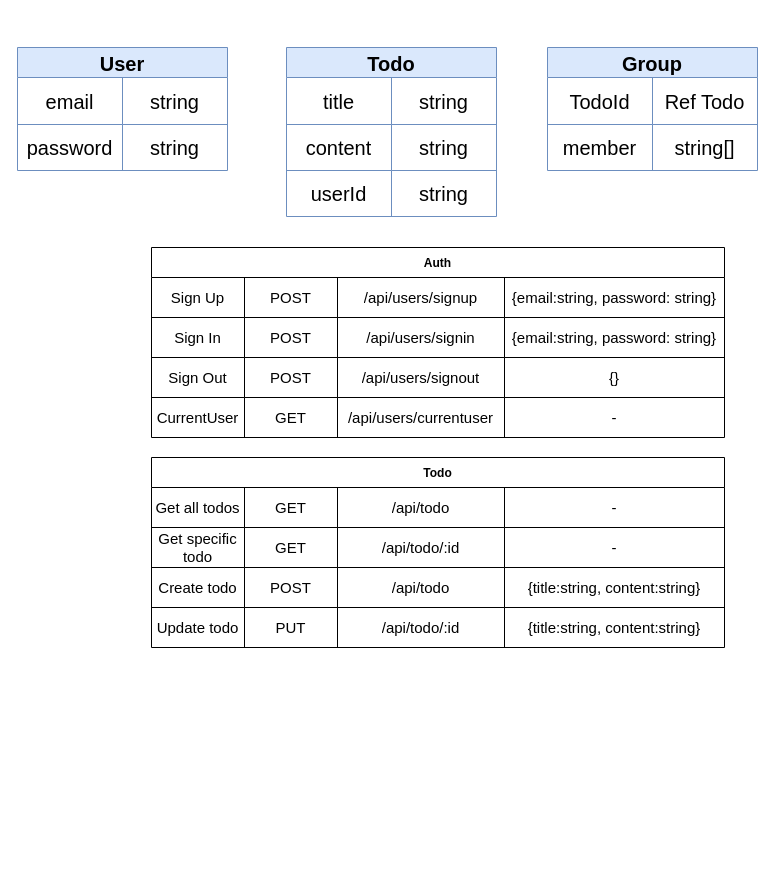
The draw.io diagram page "第2頁" (2 of 2) of Untitled Diagram.drawio in fan0223/TaskTracker, before the edit. Source tidied: cells renumbered, new cells numbered last; positions are measured from the earlier drawing's top-left corner, leaving out a move shared by most shapes. Both pictures are drawn from the tidied source at 100%, with x=0, y=0 at pixel (17, 47).
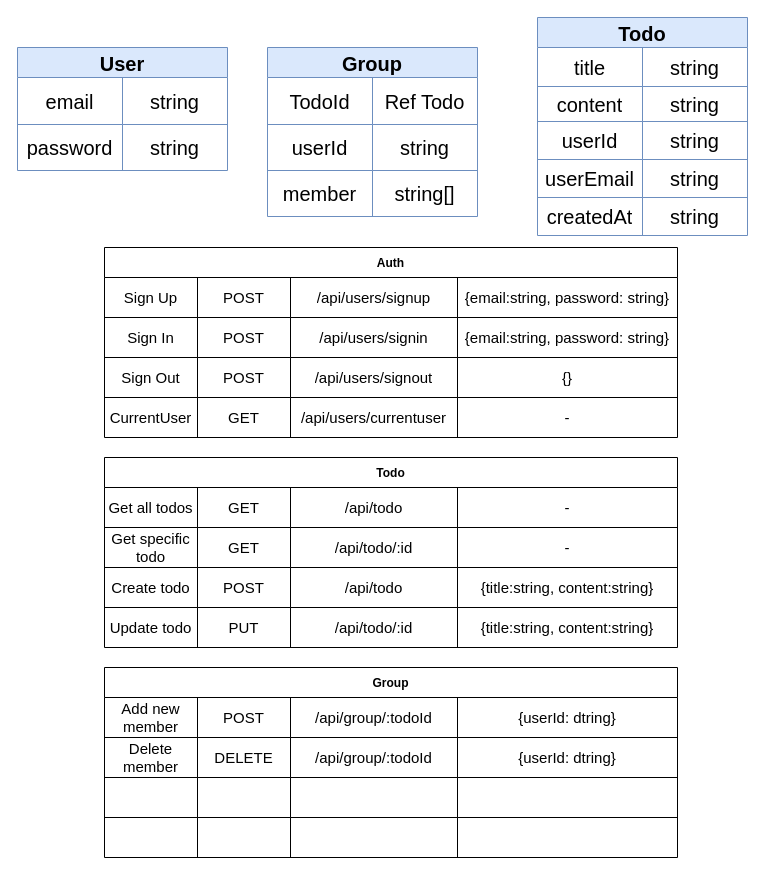
The same diagram, later.

Diff of the diagram source:
```diff
@@
     <mxCell id="9" value="Todo" style="shape=table;startSize=30;childLayout=tableLayout;fontStyle=1;align=center;rounded=0;shadow=0;sketch=0;fontSize=20;swimlaneFillColor=default;fillColor=#dae8fc;strokeColor=#6c8ebf;labelBackgroundColor=none;labelBorderColor=none;gradientColor=none;" parent="1" vertex="1">
-      <mxGeometry x="269" width="210" height="169" as="geometry" />
+      <mxGeometry x="520" y="-30" width="210" height="218" as="geometry" />
     </mxCell>
     <mxCell id="10" style="shape=partialRectangle;whiteSpace=wrap;fillColor=none;top=0;left=0;bottom=0;right=0;rounded=0;shadow=0;sketch=0;fontSize=12;labelBackgroundColor=none;labelBorderColor=none;" parent="9" vertex="1">
-      <mxGeometry y="30" width="210" height="47" as="geometry" />
+      <mxGeometry y="30" width="210" height="39" as="geometry" />
     </mxCell>
     <mxCell id="11" value="title" style="shape=partialRectangle;whiteSpace=wrap;fillColor=none;top=0;left=0;bottom=0;right=0;overflow=hidden;rounded=0;shadow=0;sketch=0;fontSize=20;labelBackgroundColor=none;labelBorderColor=none;" parent="10" vertex="1">
-      <mxGeometry width="105" height="47" as="geometry" />
+      <mxGeometry width="105" height="39" as="geometry" />
     </mxCell>
     <mxCell id="12" value="string" style="shape=partialRectangle;whiteSpace=wrap;fillColor=none;top=0;left=0;bottom=0;right=0;overflow=hidden;rounded=0;shadow=0;sketch=0;fontSize=20;labelBackgroundColor=none;labelBorderColor=none;" parent="10" vertex="1">
-      <mxGeometry x="105" width="105" height="47" as="geometry" />
+      <mxGeometry x="105" width="105" height="39" as="geometry" />
     </mxCell>
     <mxCell id="13" style="shape=partialRectangle;whiteSpace=wrap;fillColor=none;top=0;left=0;bottom=0;right=0;rounded=0;shadow=0;sketch=0;fontSize=12;labelBackgroundColor=none;labelBorderColor=none;" parent="9" vertex="1">
-      <mxGeometry y="77" width="210" height="46" as="geometry" />
+      <mxGeometry y="69" width="210" height="35" as="geometry" />
     </mxCell>
     <mxCell id="14" value="content" style="shape=partialRectangle;whiteSpace=wrap;fillColor=none;top=0;left=0;bottom=0;right=0;overflow=hidden;rounded=0;shadow=0;sketch=0;fontSize=20;labelBackgroundColor=none;labelBorderColor=none;" parent="13" vertex="1">
-      <mxGeometry width="105" height="46" as="geometry" />
+      <mxGeometry width="105" height="35" as="geometry" />
     </mxCell>
     <mxCell id="15" value="string" style="shape=partialRectangle;whiteSpace=wrap;fillColor=none;top=0;left=0;bottom=0;right=0;overflow=hidden;rounded=0;shadow=0;sketch=0;fontSize=20;labelBackgroundColor=none;labelBorderColor=none;" parent="13" vertex="1">
-      <mxGeometry x="105" width="105" height="46" as="geometry" />
+      <mxGeometry x="105" width="105" height="35" as="geometry" />
     </mxCell>
     <mxCell id="16" style="shape=partialRectangle;whiteSpace=wrap;fillColor=none;top=0;left=0;bottom=0;right=0;rounded=0;shadow=0;sketch=0;fontSize=12;labelBackgroundColor=none;labelBorderColor=none;" parent="9" vertex="1">
-      <mxGeometry y="123" width="210" height="46" as="geometry" />
+      <mxGeometry y="104" width="210" height="38" as="geometry" />
     </mxCell>
     <mxCell id="17" value="userId" style="shape=partialRectangle;whiteSpace=wrap;fillColor=none;top=0;left=0;bottom=0;right=0;overflow=hidden;rounded=0;shadow=0;sketch=0;fontSize=20;labelBackgroundColor=none;labelBorderColor=none;" parent="16" vertex="1">
-      <mxGeometry width="105" height="46" as="geometry" />
+      <mxGeometry width="105" height="38" as="geometry" />
     </mxCell>
     <mxCell id="18" value="string" style="shape=partialRectangle;whiteSpace=wrap;fillColor=none;top=0;left=0;bottom=0;right=0;overflow=hidden;rounded=0;shadow=0;sketch=0;fontSize=20;labelBackgroundColor=none;labelBorderColor=none;" parent="16" vertex="1">
-      <mxGeometry x="105" width="105" height="46" as="geometry" />
+      <mxGeometry x="105" width="105" height="38" as="geometry" />
     </mxCell>
+    <mxCell id="68" style="shape=partialRectangle;whiteSpace=wrap;fillColor=none;top=0;left=0;bottom=0;right=0;rounded=0;shadow=0;sketch=0;fontSize=12;labelBackgroundColor=none;labelBorderColor=none;" parent="9" vertex="1">
+      <mxGeometry y="142" width="210" height="38" as="geometry" />
+    </mxCell>
+    <mxCell id="69" value="userEmail" style="shape=partialRectangle;whiteSpace=wrap;fillColor=none;top=0;left=0;bottom=0;right=0;overflow=hidden;rounded=0;shadow=0;sketch=0;fontSize=20;labelBackgroundColor=none;labelBorderColor=none;" parent="68" vertex="1">
+      <mxGeometry width="105" height="38" as="geometry" />
+    </mxCell>
+    <mxCell id="70" value="string" style="shape=partialRectangle;whiteSpace=wrap;fillColor=none;top=0;left=0;bottom=0;right=0;overflow=hidden;rounded=0;shadow=0;sketch=0;fontSize=20;labelBackgroundColor=none;labelBorderColor=none;" parent="68" vertex="1">
+      <mxGeometry x="105" width="105" height="38" as="geometry" />
+    </mxCell>
+    <mxCell id="71" style="shape=partialRectangle;whiteSpace=wrap;fillColor=none;top=0;left=0;bottom=0;right=0;rounded=0;shadow=0;sketch=0;fontSize=12;labelBackgroundColor=none;labelBorderColor=none;" parent="9" vertex="1">
+      <mxGeometry y="180" width="210" height="38" as="geometry" />
+    </mxCell>
+    <mxCell id="72" value="createdAt" style="shape=partialRectangle;whiteSpace=wrap;fillColor=none;top=0;left=0;bottom=0;right=0;overflow=hidden;rounded=0;shadow=0;sketch=0;fontSize=20;labelBackgroundColor=none;labelBorderColor=none;" parent="71" vertex="1">
+      <mxGeometry width="105" height="38" as="geometry" />
+    </mxCell>
+    <mxCell id="73" value="string" style="shape=partialRectangle;whiteSpace=wrap;fillColor=none;top=0;left=0;bottom=0;right=0;overflow=hidden;rounded=0;shadow=0;sketch=0;fontSize=20;labelBackgroundColor=none;labelBorderColor=none;" parent="71" vertex="1">
+      <mxGeometry x="105" width="105" height="38" as="geometry" />
+    </mxCell>
     <mxCell id="19" value="Group" style="shape=table;startSize=30;childLayout=tableLayout;fontStyle=1;align=center;rounded=0;shadow=0;sketch=0;fontSize=20;swimlaneFillColor=default;fillColor=#dae8fc;strokeColor=#6c8ebf;labelBackgroundColor=none;labelBorderColor=none;gradientColor=none;" parent="1" vertex="1">
-      <mxGeometry x="530" width="210" height="123" as="geometry" />
+      <mxGeometry x="250" width="210" height="169" as="geometry" />
     </mxCell>
@@
+    <mxCell id="74" style="shape=partialRectangle;whiteSpace=wrap;fillColor=none;top=0;left=0;bottom=0;right=0;rounded=0;shadow=0;sketch=0;fontSize=12;labelBackgroundColor=none;labelBorderColor=none;" parent="19" vertex="1">
+      <mxGeometry y="77" width="210" height="46" as="geometry" />
+    </mxCell>
+    <mxCell id="75" value="userId" style="shape=partialRectangle;whiteSpace=wrap;fillColor=none;top=0;left=0;bottom=0;right=0;overflow=hidden;rounded=0;shadow=0;sketch=0;fontSize=20;labelBackgroundColor=none;labelBorderColor=none;" parent="74" vertex="1">
+      <mxGeometry width="105" height="46" as="geometry" />
+    </mxCell>
+    <mxCell id="76" value="string" style="shape=partialRectangle;whiteSpace=wrap;fillColor=none;top=0;left=0;bottom=0;right=0;overflow=hidden;rounded=0;shadow=0;sketch=0;fontSize=20;labelBackgroundColor=none;labelBorderColor=none;" parent="74" vertex="1">
+      <mxGeometry x="105" width="105" height="46" as="geometry" />
+    </mxCell>
     <mxCell id="23" style="shape=partialRectangle;whiteSpace=wrap;fillColor=none;top=0;left=0;bottom=0;right=0;rounded=0;shadow=0;sketch=0;fontSize=12;labelBackgroundColor=none;labelBorderColor=none;" parent="19" vertex="1">
-      <mxGeometry y="77" width="210" height="46" as="geometry" />
+      <mxGeometry y="123" width="210" height="46" as="geometry" />
     </mxCell>
@@
     <mxCell id="26" value="Auth" style="shape=table;startSize=30;childLayout=tableLayout;fontStyle=1;align=center;" parent="1" vertex="1">
-      <mxGeometry x="134" y="200" width="573" height="190" as="geometry" />
+      <mxGeometry x="87" y="200" width="573" height="190" as="geometry" />
     </mxCell>
@@
     <mxCell id="47" value="Todo" style="shape=table;startSize=30;childLayout=tableLayout;fontStyle=1;align=center;" parent="1" vertex="1">
-      <mxGeometry x="134" y="410" width="573" height="190" as="geometry" />
+      <mxGeometry x="87" y="410" width="573" height="190" as="geometry" />
     </mxCell>
@@
+    <mxCell id="77" value="Group" style="shape=table;startSize=30;childLayout=tableLayout;fontStyle=1;align=center;" parent="1" vertex="1">
+      <mxGeometry x="87" y="620" width="573" height="190" as="geometry" />
+    </mxCell>
+    <mxCell id="78" style="shape=partialRectangle;html=1;whiteSpace=wrap;fillColor=none;top=0;left=0;bottom=0;right=0;" parent="77" vertex="1">
+      <mxGeometry y="30" width="573" height="40" as="geometry" />
+    </mxCell>
+    <mxCell id="79" value="Add new member" style="shape=partialRectangle;html=1;whiteSpace=wrap;fillColor=none;top=0;left=0;bottom=0;right=0;overflow=hidden;fontSize=15;" parent="78" vertex="1">
+      <mxGeometry width="93" height="40" as="geometry" />
+    </mxCell>
+    <mxCell id="80" value="POST" style="shape=partialRectangle;html=1;whiteSpace=wrap;fillColor=none;top=0;left=0;bottom=0;right=0;overflow=hidden;fontSize=15;" parent="78" vertex="1">
+      <mxGeometry x="93" width="93" height="40" as="geometry" />
+    </mxCell>
+    <mxCell id="81" value="/api/group/:todoId" style="shape=partialRectangle;html=1;whiteSpace=wrap;fillColor=none;top=0;left=0;bottom=0;right=0;overflow=hidden;fontSize=15;" parent="78" vertex="1">
+      <mxGeometry x="186" width="167" height="40" as="geometry" />
+    </mxCell>
+    <mxCell id="82" value="{userId: dtring}" style="shape=partialRectangle;html=1;whiteSpace=wrap;fillColor=none;top=0;left=0;bottom=0;right=0;overflow=hidden;fontSize=15;" parent="78" vertex="1">
+      <mxGeometry x="353" width="220" height="40" as="geometry" />
+    </mxCell>
+    <mxCell id="83" style="shape=partialRectangle;html=1;whiteSpace=wrap;fillColor=none;top=0;left=0;bottom=0;right=0;" parent="77" vertex="1">
+      <mxGeometry y="70" width="573" height="40" as="geometry" />
+    </mxCell>
+    <mxCell id="84" value="Delete member" style="shape=partialRectangle;html=1;whiteSpace=wrap;fillColor=none;top=0;left=0;bottom=0;right=0;overflow=hidden;fontSize=15;" parent="83" vertex="1">
+      <mxGeometry width="93" height="40" as="geometry" />
+    </mxCell>
+    <mxCell id="85" value="DELETE" style="shape=partialRectangle;html=1;whiteSpace=wrap;fillColor=none;top=0;left=0;bottom=0;right=0;overflow=hidden;fontSize=15;" parent="83" vertex="1">
+      <mxGeometry x="93" width="93" height="40" as="geometry" />
+    </mxCell>
+    <mxCell id="86" value="/api/group/:todoId" style="shape=partialRectangle;html=1;whiteSpace=wrap;fillColor=none;top=0;left=0;bottom=0;right=0;overflow=hidden;fontSize=15;" parent="83" vertex="1">
+      <mxGeometry x="186" width="167" height="40" as="geometry" />
+    </mxCell>
+    <mxCell id="87" value="{userId: dtring}" style="shape=partialRectangle;html=1;whiteSpace=wrap;fillColor=none;top=0;left=0;bottom=0;right=0;overflow=hidden;fontSize=15;" parent="83" vertex="1">
+      <mxGeometry x="353" width="220" height="40" as="geometry" />
+    </mxCell>
+    <mxCell id="88" style="shape=partialRectangle;html=1;whiteSpace=wrap;fillColor=none;top=0;left=0;bottom=0;right=0;" parent="77" vertex="1">
+      <mxGeometry y="110" width="573" height="40" as="geometry" />
+    </mxCell>
+    <mxCell id="89" style="shape=partialRectangle;html=1;whiteSpace=wrap;fillColor=none;top=0;left=0;bottom=0;right=0;overflow=hidden;fontSize=15;" parent="88" vertex="1">
+      <mxGeometry width="93" height="40" as="geometry" />
+    </mxCell>
+    <mxCell id="90" style="shape=partialRectangle;html=1;whiteSpace=wrap;fillColor=none;top=0;left=0;bottom=0;right=0;overflow=hidden;fontSize=15;" parent="88" vertex="1">
+      <mxGeometry x="93" width="93" height="40" as="geometry" />
+    </mxCell>
+    <mxCell id="91" style="shape=partialRectangle;html=1;whiteSpace=wrap;fillColor=none;top=0;left=0;bottom=0;right=0;overflow=hidden;fontSize=15;" parent="88" vertex="1">
+      <mxGeometry x="186" width="167" height="40" as="geometry" />
+    </mxCell>
+    <mxCell id="92" style="shape=partialRectangle;html=1;whiteSpace=wrap;fillColor=none;top=0;left=0;bottom=0;right=0;overflow=hidden;fontSize=15;" parent="88" vertex="1">
+      <mxGeometry x="353" width="220" height="40" as="geometry" />
+    </mxCell>
+    <mxCell id="93" style="shape=partialRectangle;html=1;whiteSpace=wrap;fillColor=none;top=0;left=0;bottom=0;right=0;" parent="77" vertex="1">
+      <mxGeometry y="150" width="573" height="40" as="geometry" />
+    </mxCell>
+    <mxCell id="94" style="shape=partialRectangle;html=1;whiteSpace=wrap;fillColor=none;top=0;left=0;bottom=0;right=0;overflow=hidden;fontSize=15;" parent="93" vertex="1">
+      <mxGeometry width="93" height="40" as="geometry" />
+    </mxCell>
+    <mxCell id="95" style="shape=partialRectangle;html=1;whiteSpace=wrap;fillColor=none;top=0;left=0;bottom=0;right=0;overflow=hidden;fontSize=15;" parent="93" vertex="1">
+      <mxGeometry x="93" width="93" height="40" as="geometry" />
+    </mxCell>
+    <mxCell id="96" style="shape=partialRectangle;html=1;whiteSpace=wrap;fillColor=none;top=0;left=0;bottom=0;right=0;overflow=hidden;fontSize=15;" parent="93" vertex="1">
+      <mxGeometry x="186" width="167" height="40" as="geometry" />
+    </mxCell>
+    <mxCell id="97" style="shape=partialRectangle;html=1;whiteSpace=wrap;fillColor=none;top=0;left=0;bottom=0;right=0;overflow=hidden;fontSize=15;" parent="93" vertex="1">
+      <mxGeometry x="353" width="220" height="40" as="geometry" />
+    </mxCell>
```
